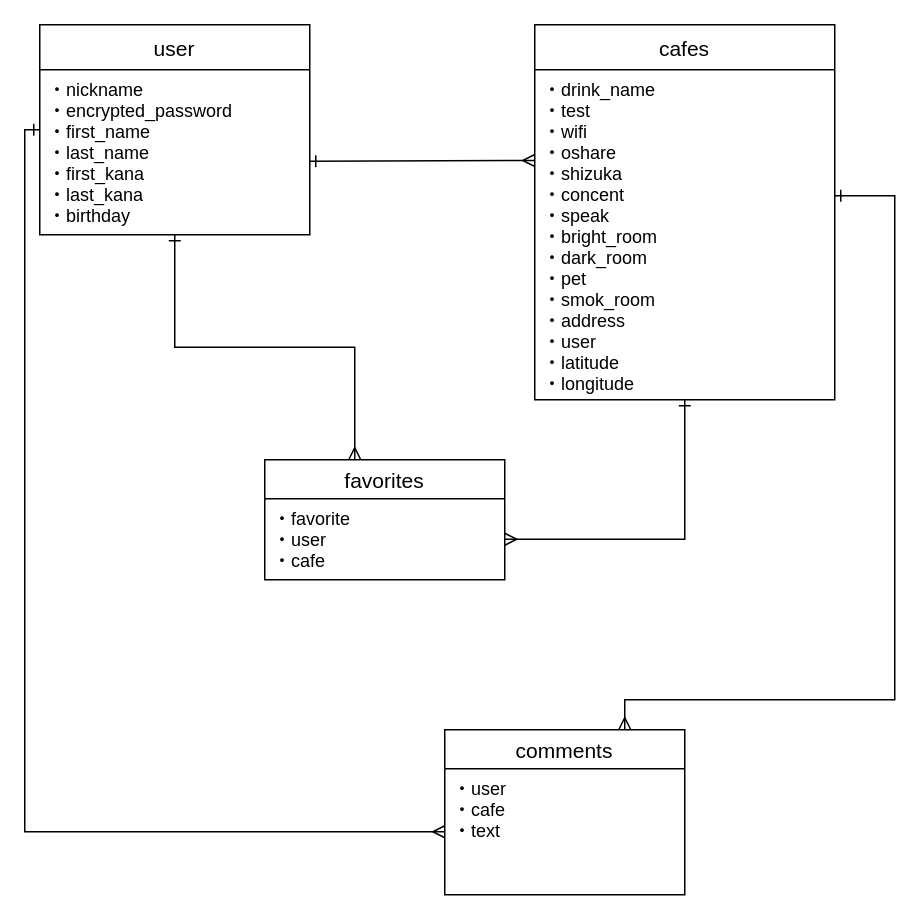
The draw.io diagram cafe.dio in ootakekou/cafein, before the edit. Source tidied: cells renumbered, new cells numbered last; positions are measured from the earlier drawing's top-left corner, leaving out a move shared by most shapes. Both pictures are drawn from the tidied source at 150%, with x=0, y=0 at pixel (24, 24).
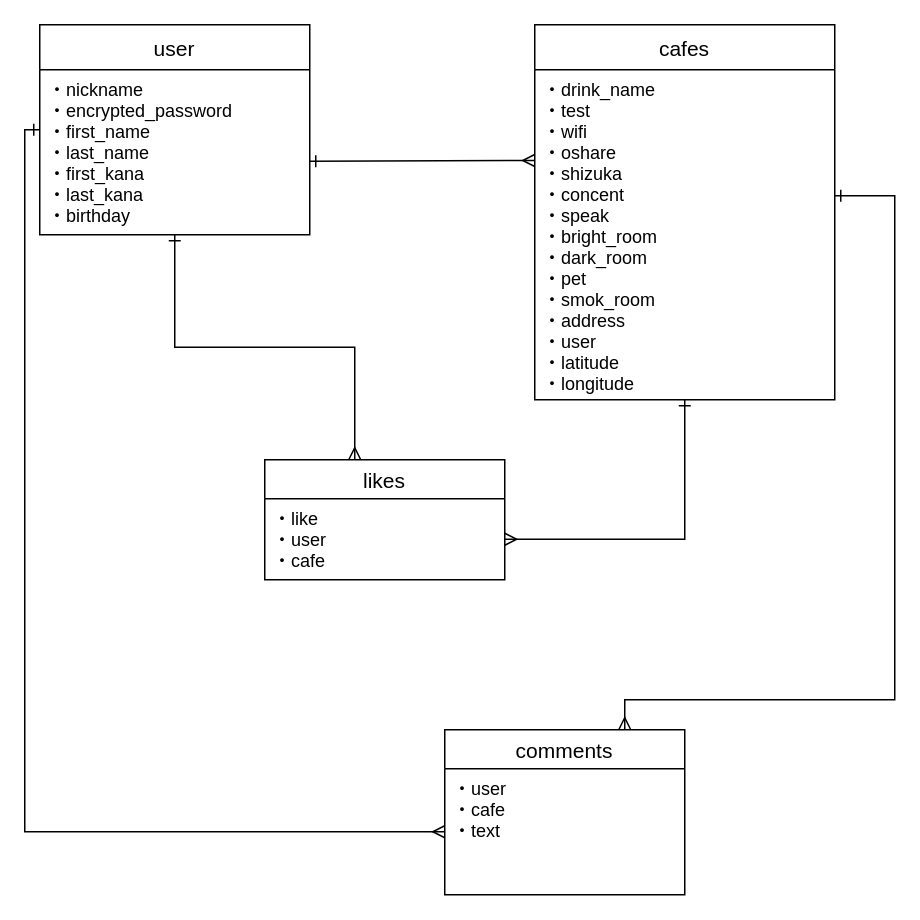
The same page after the edit.

Diff of the diagram source:
```diff
@@
-    <mxCell id="9" value="favorites" style="swimlane;fontStyle=0;horizontal=1;startSize=26;align=center;fontSize=14;rounded=0;shadow=0;glass=0;" parent="1" vertex="1">
+    <mxCell id="9" value="likes" style="swimlane;fontStyle=0;horizontal=1;startSize=26;align=center;fontSize=14;rounded=0;shadow=0;glass=0;" parent="1" vertex="1">
       <mxGeometry x="160" y="290" width="160" height="80" as="geometry" />
     </mxCell>
-    <mxCell id="10" value="・favorite&#10;・user&#10;・cafe" style="text;strokeColor=none;fillColor=none;spacingLeft=4;spacingRight=4;overflow=hidden;points=[[0,0.5],[1,0.5]];portConstraint=eastwest;fontSize=12;" parent="9" vertex="1">
+    <mxCell id="10" value="・like&#10;・user&#10;・cafe" style="text;strokeColor=none;fillColor=none;spacingLeft=4;spacingRight=4;overflow=hidden;points=[[0,0.5],[1,0.5]];portConstraint=eastwest;fontSize=12;" parent="9" vertex="1">
       <mxGeometry y="26" width="160" height="54" as="geometry" />
     </mxCell>
```
